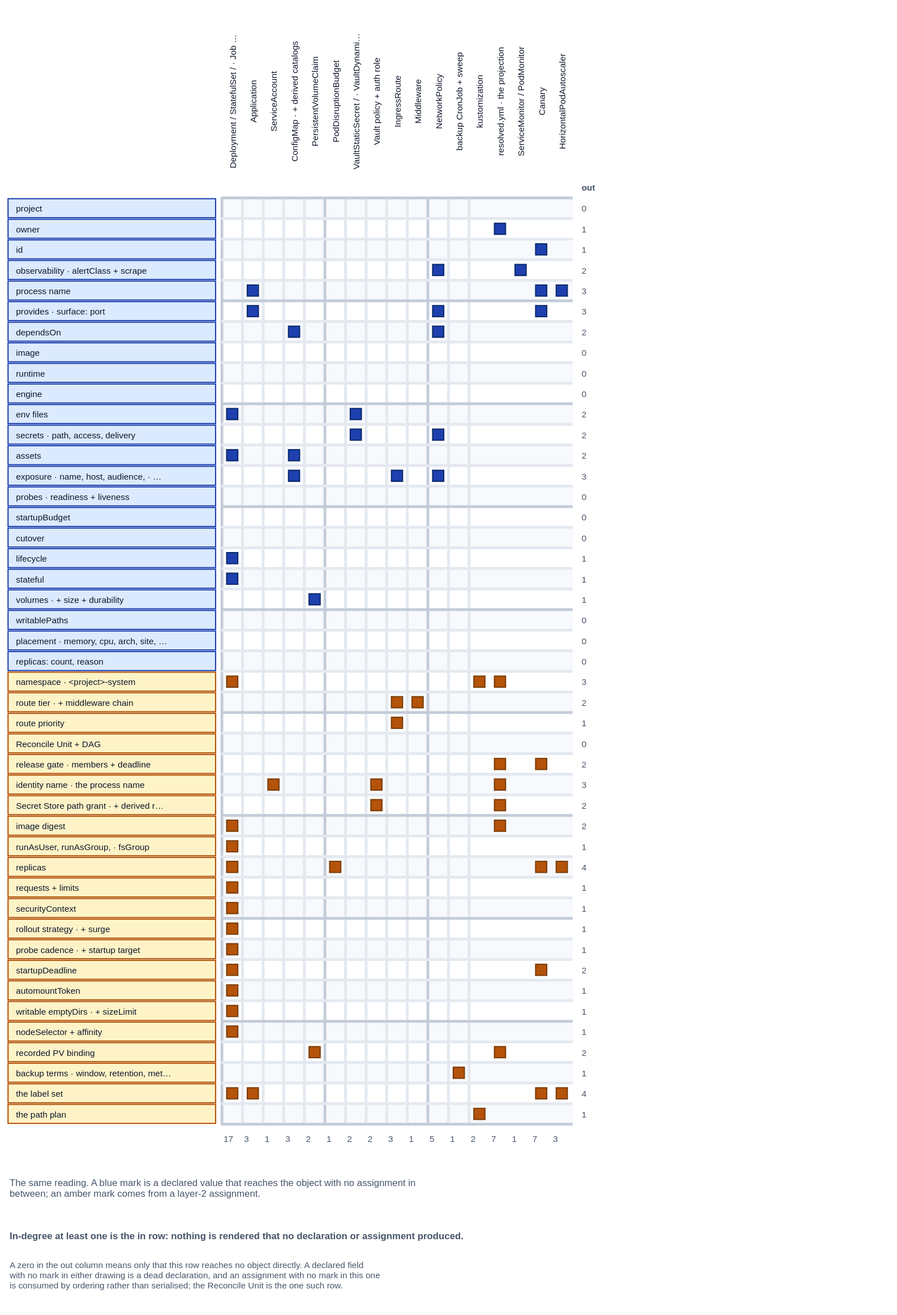
Before: spec/v1/diagrams/16-derivation-map-deliverables.drawio.svg, a diagram exported from draw.io (JorisJonkers-dev/deploy-kit). Source tidied: cells renumbered, new cells last; positions are measured from the earlier drawing's top-left corner, leaving out a move shared by most shapes.
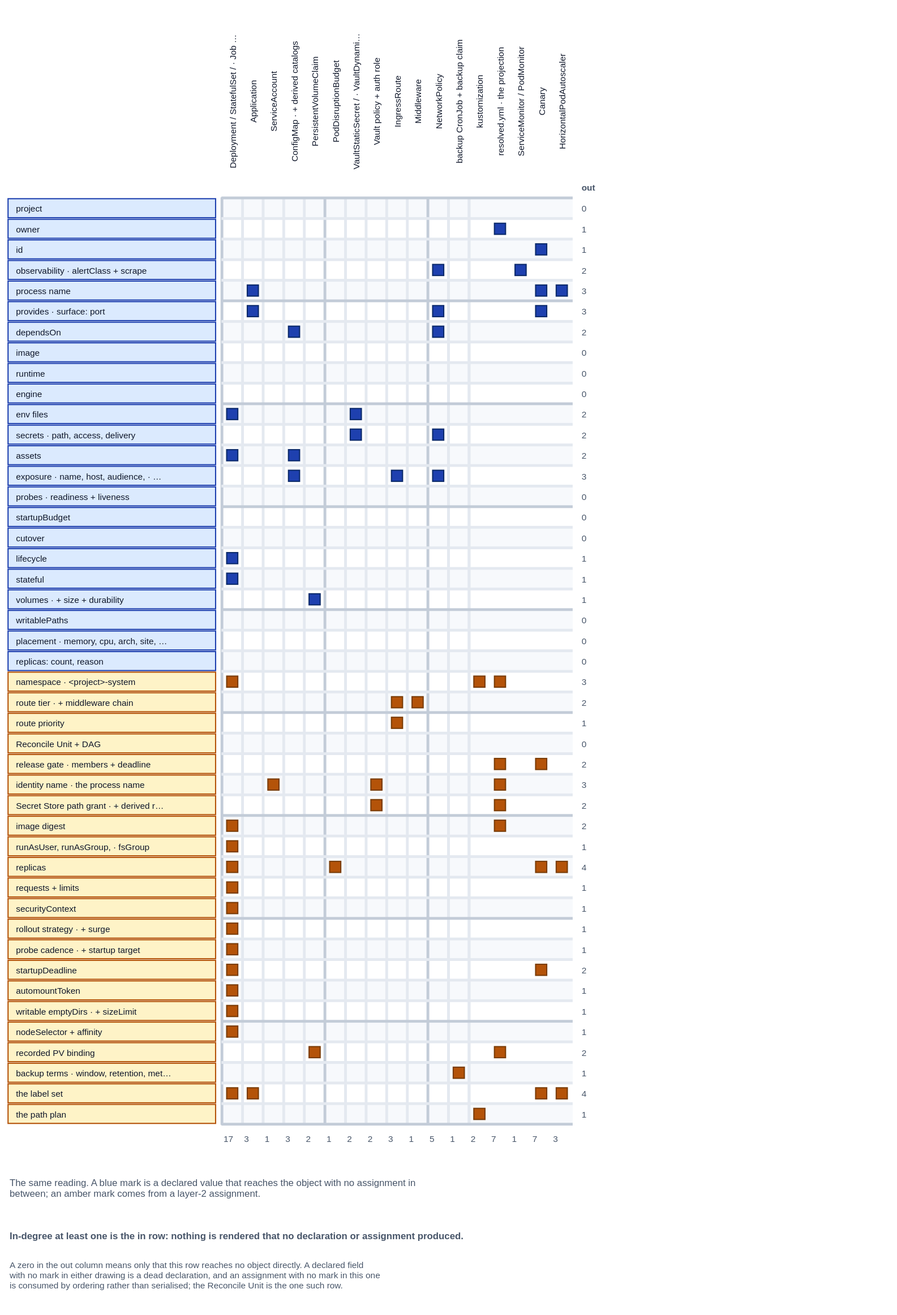
The same file after the commit.

What changed in the source:
```diff
@@ -353,7 +353,7 @@
     <mxCell id="118" value="NetworkPolicy" style="horizontal=0;rounded=0;whiteSpace=nowrap;html=0;align=center;verticalAlign=middle;fillColor=none;strokeColor=none;strokeWidth=1.5;fontFamily=Helvetica;fontSize=11;fontColor=#0f172a;" parent="1" vertex="1">
       <mxGeometry x="530" width="26" height="236" as="geometry" />
     </mxCell>
-    <mxCell id="119" value="backup CronJob + sweep" style="horizontal=0;rounded=0;whiteSpace=nowrap;html=0;align=center;verticalAlign=middle;fillColor=none;strokeColor=none;strokeWidth=1.5;fontFamily=Helvetica;fontSize=11;fontColor=#0f172a;" parent="1" vertex="1">
+    <mxCell id="119" value="backup CronJob + backup claim" style="horizontal=0;rounded=0;whiteSpace=nowrap;html=0;align=center;verticalAlign=middle;fillColor=none;strokeColor=none;strokeWidth=1.5;fontFamily=Helvetica;fontSize=11;fontColor=#0f172a;" parent="1" vertex="1">
       <mxGeometry x="556" width="26" height="236" as="geometry" />
     </mxCell>
     <mxCell id="120" value="kustomization" style="horizontal=0;rounded=0;whiteSpace=nowrap;html=0;align=center;verticalAlign=middle;fillColor=none;strokeColor=none;strokeWidth=1.5;fontFamily=Helvetica;fontSize=11;fontColor=#0f172a;" parent="1" vertex="1">
```
